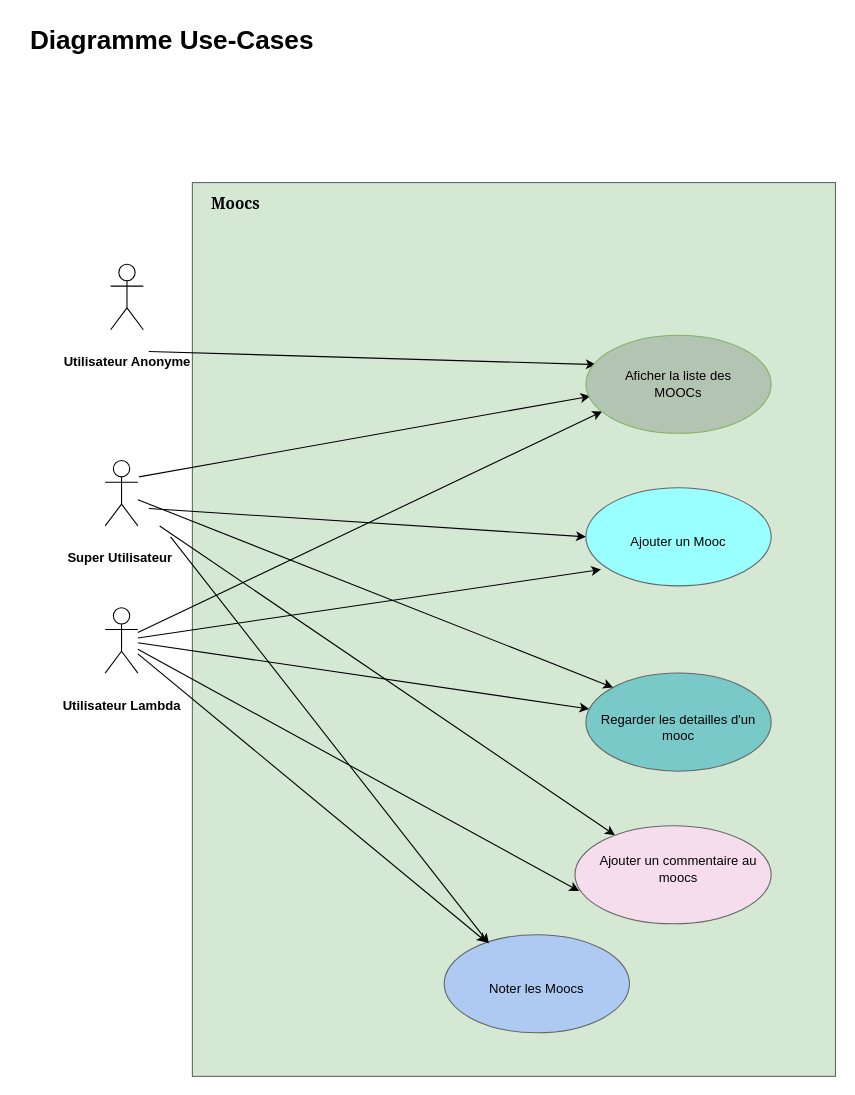
The draw.io diagram page "MOOCS" (8 of 16) of docs_livrables/DiagrammeMoocs_KassisCarina.drawio in carinak6/-simplon_devCloud_Eval_Moocs, before the edit. Source tidied: cells renumbered, new cells numbered last; positions are measured from the earlier drawing's top-left corner, leaving out a move shared by most shapes. Both pictures are drawn from the tidied source at 109%, with x=0, y=0 at pixel (19, 19).
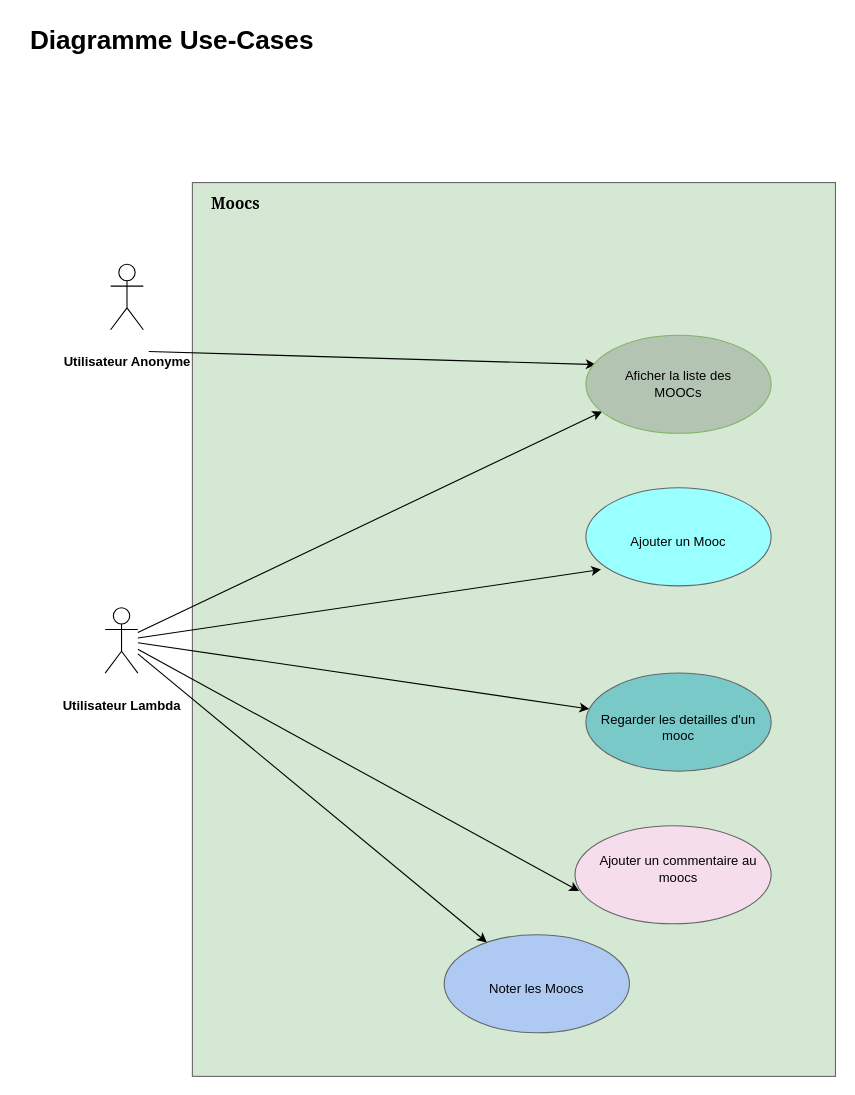
The same page after the edit.

The change refers to these unchanged cells:
```xml
<mxCell id="13" style="ellipse;whiteSpace=wrap;html=1;strokeColor=#666666;fontColor=#333333;fillColor=#79C9C9;" parent="12" vertex="1">
  <mxGeometry width="170" height="90" as="geometry" />
</mxCell>
<mxCell id="17" style="ellipse;whiteSpace=wrap;html=1;strokeColor=#666666;fontColor=#333333;fillColor=#AECAF2;" parent="16" vertex="1">
  <mxGeometry width="170" height="90" as="geometry" />
</mxCell>
<mxCell id="24" style="ellipse;whiteSpace=wrap;html=1;strokeColor=#82b366;fillColor=#B4C4B3;" parent="23" vertex="1">
  <mxGeometry width="170" height="90" as="geometry" />
</mxCell>
<mxCell id="28" style="ellipse;whiteSpace=wrap;html=1;strokeColor=#666666;fontColor=#333333;fillColor=#99FFFF;" parent="27" vertex="1">
  <mxGeometry width="170" height="90" as="geometry" />
</mxCell>
<mxCell id="33" style="ellipse;whiteSpace=wrap;html=1;strokeColor=#666666;fontColor=#333333;fillColor=#F5DDEC;" parent="32" vertex="1">
  <mxGeometry y="10" width="180" height="90" as="geometry" />
</mxCell>
```

Diff of the diagram source:
```diff
@@
-    <mxCell id="4" style="endArrow=classic;html=1;entryX=0.024;entryY=0.622;entryDx=0;entryDy=0;entryPerimeter=0;" parent="1" edge="1" target="24">
-      <mxGeometry relative="1" as="geometry">
-        <mxPoint x="110" y="420" as="sourcePoint" />
-      </mxGeometry>
-    </mxCell>
@@
-    <mxCell id="7" value="&lt;b&gt;Super Utilisateur&amp;nbsp;&lt;/b&gt;" style="shape=umlActor;verticalLabelPosition=bottom;verticalAlign=middle;html=1;outlineConnect=0;" parent="1" vertex="1">
-      <mxGeometry x="79" y="405" width="30" height="60" as="geometry" />
-    </mxCell>
-    <mxCell id="8" style="endArrow=classic;html=1;" parent="1" edge="1" target="33">
-      <mxGeometry relative="1" as="geometry">
-        <mxPoint x="129" y="465" as="sourcePoint" />
-      </mxGeometry>
-    </mxCell>
@@
-    <mxCell id="20" style="endArrow=classic;html=1;entryX=0;entryY=0;entryDx=0;entryDy=0;" parent="1" edge="1" source="7" target="13">
-      <mxGeometry relative="1" as="geometry" />
-    </mxCell>
-    <mxCell id="21" style="endArrow=classic;html=1;entryX=0.241;entryY=0.089;entryDx=0;entryDy=0;entryPerimeter=0;" parent="1" edge="1" target="17">
-      <mxGeometry relative="1" as="geometry">
-        <mxPoint x="139" y="475" as="sourcePoint" />
-      </mxGeometry>
-    </mxCell>
@@
-    <mxCell id="30" style="endArrow=classic;html=1;entryX=0;entryY=0.5;entryDx=0;entryDy=0;" parent="1" edge="1" target="28">
-      <mxGeometry relative="1" as="geometry">
-        <mxPoint x="119" y="449" as="sourcePoint" />
-      </mxGeometry>
-    </mxCell>
```
